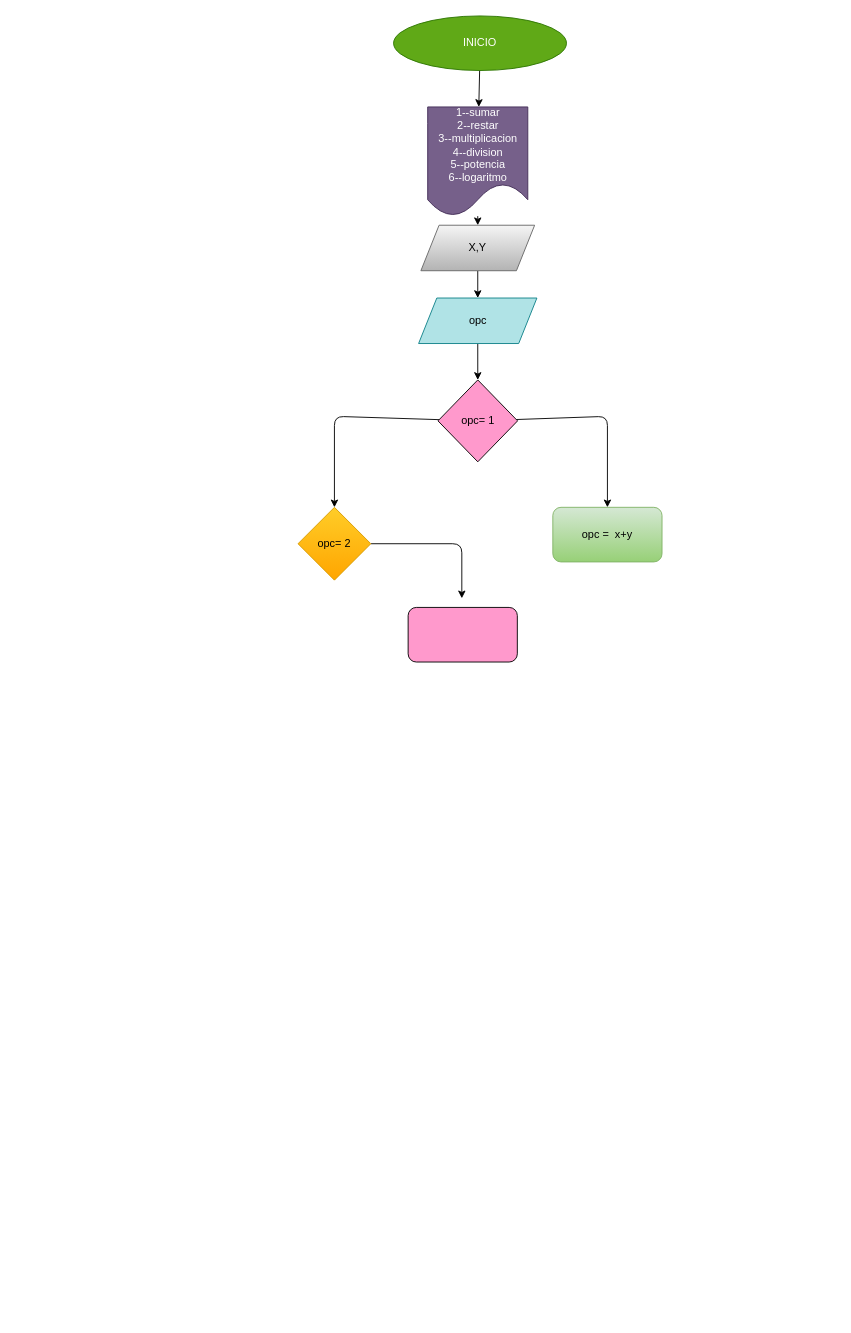
Earlier version of the draw.io diagram diageama.drawio (Eyersson/Minicalculadora-Guanentina). Source tidied: cells renumbered, new cells numbered last; positions are measured from the earlier drawing's top-left corner, leaving out a move shared by most shapes. Both pictures are drawn from the tidied source at 91%, with x=0, y=0 at pixel (298, 15).
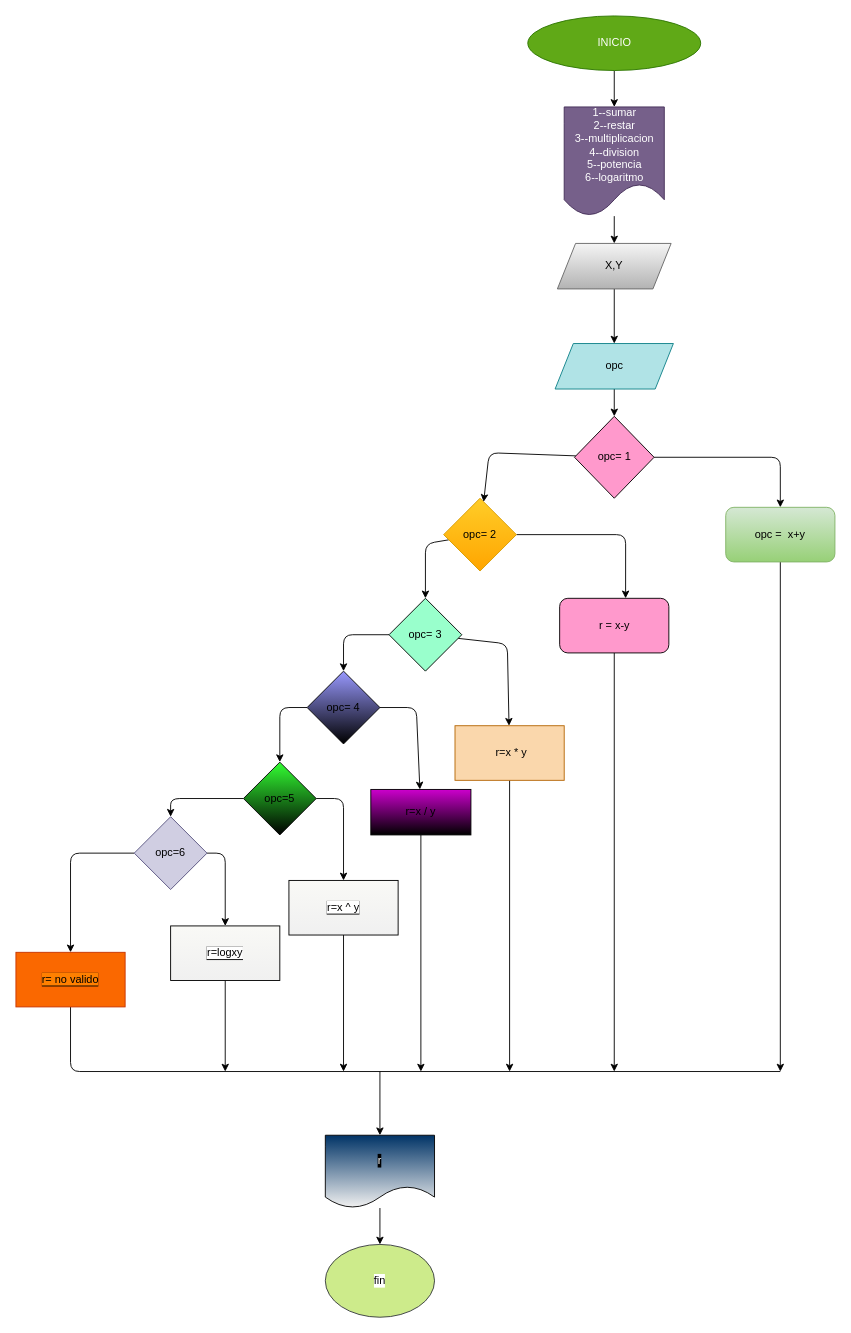
After the change.

The edit, as a diff of the source:
```diff
@@
     <mxCell id="3" value="INICIO" style="ellipse;whiteSpace=wrap;html=1;fillColor=#60a917;fontColor=#ffffff;strokeColor=#2D7600;" parent="1" vertex="1">
-      <mxGeometry x="105" width="190" height="60" as="geometry" />
+      <mxGeometry x="252.5" width="190" height="60" as="geometry" />
     </mxCell>
@@
     <mxCell id="5" value="1--sumar&lt;br&gt;2--restar&lt;br&gt;3--multiplicacion&lt;br&gt;4--division&lt;br&gt;5--potencia&lt;br&gt;6--logaritmo" style="shape=document;whiteSpace=wrap;html=1;boundedLbl=1;fillColor=#76608a;fontColor=#ffffff;strokeColor=#432D57;" parent="1" vertex="1">
-      <mxGeometry x="142.5" y="100" width="110" height="120" as="geometry" />
+      <mxGeometry x="292.5" y="100" width="110" height="120" as="geometry" />
     </mxCell>
@@
     <mxCell id="7" value="&lt;font color=&quot;#000000&quot;&gt;X,Y&lt;/font&gt;" style="shape=parallelogram;perimeter=parallelogramPerimeter;whiteSpace=wrap;html=1;fixedSize=1;fillColor=#f5f5f5;strokeColor=#666666;gradientColor=#b3b3b3;" parent="1" vertex="1">
-      <mxGeometry x="135" y="230" width="125" height="50" as="geometry" />
+      <mxGeometry x="285" y="250" width="125" height="50" as="geometry" />
     </mxCell>
@@
     <mxCell id="9" value="&lt;font color=&quot;#000000&quot;&gt;opc&lt;/font&gt;" style="shape=parallelogram;perimeter=parallelogramPerimeter;whiteSpace=wrap;html=1;fixedSize=1;fillColor=#b0e3e6;strokeColor=#0e8088;" parent="1" vertex="1">
-      <mxGeometry x="132.5" y="310" width="130" height="50" as="geometry" />
+      <mxGeometry x="282.5" y="360" width="130" height="50" as="geometry" />
     </mxCell>
     <mxCell id="10" style="edgeStyle=none;html=1;fontColor=#000000;" parent="1" edge="1" source="12" target="15">
       <mxGeometry relative="1" as="geometry">
         <Array as="points">
-          <mxPoint x="40" y="440" />
+          <mxPoint x="210" y="480" />
         </Array>
       </mxGeometry>
     </mxCell>
     <mxCell id="11" style="edgeStyle=none;html=1;fontColor=#000000;entryX=0.5;entryY=0;entryDx=0;entryDy=0;" parent="1" edge="1" source="12" target="13">
       <mxGeometry relative="1" as="geometry">
         <Array as="points">
-          <mxPoint x="340" y="440" />
+          <mxPoint x="530" y="485" />
         </Array>
       </mxGeometry>
     </mxCell>
     <mxCell id="12" value="opc= 1" style="rhombus;whiteSpace=wrap;html=1;fontColor=#000000;fillColor=#FF99CC;" parent="1" vertex="1">
-      <mxGeometry x="153.8" y="400" width="87.5" height="90" as="geometry" />
+      <mxGeometry x="303.8" y="440" width="87.5" height="90" as="geometry" />
     </mxCell>
+    <mxCell id="17" style="edgeStyle=none;html=1;fontColor=#000000;endArrow=classic;endFill=1;" parent="1" edge="1" source="13">
+      <mxGeometry relative="1" as="geometry">
+        <mxPoint x="530" y="1160" as="targetPoint" />
+      </mxGeometry>
+    </mxCell>
     <mxCell id="13" value="&lt;font color=&quot;#000000&quot;&gt;opc =&amp;nbsp; x+y&lt;/font&gt;" style="rounded=1;whiteSpace=wrap;html=1;fillColor=#d5e8d4;gradientColor=#97d077;strokeColor=#82b366;" parent="1" vertex="1">
-      <mxGeometry x="280" y="540" width="120" height="60" as="geometry" />
+      <mxGeometry x="470" y="540" width="120" height="60" as="geometry" />
     </mxCell>
-    <mxCell id="14" style="edgeStyle=none;html=1;fontColor=#000000;" parent="1" edge="1" source="15">
-      <mxGeometry relative="1" as="geometry">
-        <mxPoint x="180" y="640" as="targetPoint" />
-        <Array as="points">
-          <mxPoint x="180" y="580" />
-        </Array>
-      </mxGeometry>
-    </mxCell>
+    <mxCell id="18" style="edgeStyle=none;html=1;entryX=0.604;entryY=0;entryDx=0;entryDy=0;entryPerimeter=0;" parent="1" edge="1" source="15" target="16">
+      <mxGeometry relative="1" as="geometry">
+        <Array as="points">
+          <mxPoint x="360" y="570" />
+        </Array>
+      </mxGeometry>
+    </mxCell>
+    <mxCell id="19" style="edgeStyle=none;html=1;entryX=0.5;entryY=0;entryDx=0;entryDy=0;" parent="1" edge="1" source="15" target="23">
+      <mxGeometry relative="1" as="geometry">
+        <Array as="points">
+          <mxPoint x="140" y="580" />
+        </Array>
+      </mxGeometry>
+    </mxCell>
     <mxCell id="15" value="&lt;font color=&quot;#000000&quot;&gt;opc= 2&lt;/font&gt;" style="rhombus;whiteSpace=wrap;html=1;fillColor=#ffcd28;gradientColor=#ffa500;strokeColor=#d79b00;" parent="1" vertex="1">
-      <mxGeometry y="540" width="80" height="80" as="geometry" />
+      <mxGeometry x="160" y="530" width="80" height="80" as="geometry" />
     </mxCell>
+    <mxCell id="20" style="edgeStyle=none;html=1;fontColor=#FFFFFF;" parent="1" edge="1" source="16">
+      <mxGeometry relative="1" as="geometry">
+        <mxPoint x="347.5" y="1160" as="targetPoint" />
+      </mxGeometry>
+    </mxCell>
-    <mxCell id="16" style="rounded=1;whiteSpace=wrap;html=1;fontColor=#000000;fillColor=#FF99CC;" parent="1" vertex="1">
-      <mxGeometry x="121" y="650" width="120" height="60" as="geometry" />
+    <mxCell id="16" value="r = x-y" style="rounded=1;whiteSpace=wrap;html=1;fontColor=#000000;fillColor=#FF99CC;" parent="1" vertex="1">
+      <mxGeometry x="287.5" y="640" width="120" height="60" as="geometry" />
     </mxCell>
+    <mxCell id="21" style="edgeStyle=none;html=1;" parent="1" edge="1" source="23" target="25">
+      <mxGeometry relative="1" as="geometry">
+        <Array as="points">
+          <mxPoint x="230" y="690" />
+        </Array>
+      </mxGeometry>
+    </mxCell>
+    <mxCell id="22" style="edgeStyle=none;html=1;fontColor=#000000;" parent="1" edge="1" source="23" target="28">
+      <mxGeometry relative="1" as="geometry">
+        <Array as="points">
+          <mxPoint x="50" y="680" />
+        </Array>
+      </mxGeometry>
+    </mxCell>
+    <mxCell id="23" value="&lt;font color=&quot;#000000&quot;&gt;opc= 3&lt;/font&gt;" style="rhombus;whiteSpace=wrap;html=1;fillColor=#99FFCC;" parent="1" vertex="1">
+      <mxGeometry x="100" y="640" width="80" height="80" as="geometry" />
+    </mxCell>
+    <mxCell id="24" style="edgeStyle=none;html=1;fontColor=#FFFFFF;" parent="1" edge="1" source="25">
+      <mxGeometry relative="1" as="geometry">
+        <mxPoint x="232.5" y="1160" as="targetPoint" />
+      </mxGeometry>
+    </mxCell>
+    <mxCell id="25" value="&lt;font color=&quot;#000000&quot;&gt;&amp;nbsp;r=x * y&lt;/font&gt;" style="rounded=0;whiteSpace=wrap;html=1;fillColor=#fad7ac;strokeColor=#b46504;" parent="1" vertex="1">
+      <mxGeometry x="172.5" y="780" width="120" height="60" as="geometry" />
+    </mxCell>
+    <mxCell id="26" style="edgeStyle=none;html=1;fontColor=#FFFFFF;" parent="1" edge="1" source="28" target="30">
+      <mxGeometry relative="1" as="geometry">
+        <Array as="points">
+          <mxPoint x="130" y="760" />
+        </Array>
+      </mxGeometry>
+    </mxCell>
+    <mxCell id="27" style="edgeStyle=none;html=1;fontColor=#000000;entryX=0.5;entryY=0;entryDx=0;entryDy=0;" parent="1" edge="1" source="28" target="33">
+      <mxGeometry relative="1" as="geometry">
+        <Array as="points">
+          <mxPoint x="-20" y="760" />
+        </Array>
+      </mxGeometry>
+    </mxCell>
+    <mxCell id="28" value="opc= 4" style="rhombus;whiteSpace=wrap;html=1;fontColor=#000000;gradientColor=default;fillColor=#9999FF;" parent="1" vertex="1">
+      <mxGeometry x="10" y="720" width="80" height="80" as="geometry" />
+    </mxCell>
+    <mxCell id="29" style="edgeStyle=none;html=1;fontColor=#FFFFFF;" parent="1" edge="1" source="30">
+      <mxGeometry relative="1" as="geometry">
+        <mxPoint x="135" y="1160" as="targetPoint" />
+      </mxGeometry>
+    </mxCell>
+    <mxCell id="30" value="&lt;font color=&quot;#000000&quot;&gt;r=x / y&lt;/font&gt;" style="rounded=0;whiteSpace=wrap;html=1;fontColor=#FFFFFF;fillColor=#CC00CC;gradientColor=default;" parent="1" vertex="1">
+      <mxGeometry x="80" y="850" width="110" height="50" as="geometry" />
+    </mxCell>
+    <mxCell id="31" style="edgeStyle=none;html=1;fontColor=#000000;" parent="1" edge="1" source="33" target="38">
+      <mxGeometry relative="1" as="geometry">
+        <Array as="points">
+          <mxPoint x="50" y="860" />
+        </Array>
+      </mxGeometry>
+    </mxCell>
+    <mxCell id="32" style="edgeStyle=none;html=1;fontColor=#000000;entryX=0.5;entryY=0;entryDx=0;entryDy=0;" parent="1" edge="1" source="33" target="36">
+      <mxGeometry relative="1" as="geometry">
+        <Array as="points">
+          <mxPoint x="-140" y="860" />
+        </Array>
+      </mxGeometry>
+    </mxCell>
+    <mxCell id="33" value="opc=5" style="rhombus;whiteSpace=wrap;html=1;fontColor=#000000;fillColor=#33FF33;gradientColor=default;" parent="1" vertex="1">
+      <mxGeometry x="-60" y="820" width="80" height="80" as="geometry" />
+    </mxCell>
+    <mxCell id="34" style="edgeStyle=none;html=1;fontColor=#000000;" parent="1" edge="1" source="36" target="40">
+      <mxGeometry relative="1" as="geometry">
+        <Array as="points">
+          <mxPoint x="-80" y="920" />
+        </Array>
+      </mxGeometry>
+    </mxCell>
+    <mxCell id="35" style="edgeStyle=none;html=1;fontColor=#FFFFFF;" parent="1" edge="1" source="36" target="42">
+      <mxGeometry relative="1" as="geometry">
+        <Array as="points">
+          <mxPoint x="-250" y="920" />
+        </Array>
+      </mxGeometry>
+    </mxCell>
+    <mxCell id="36" value="&lt;font color=&quot;#000000&quot;&gt;opc=6&lt;/font&gt;" style="rhombus;whiteSpace=wrap;html=1;fillColor=#d0cee2;strokeColor=#56517e;" parent="1" vertex="1">
+      <mxGeometry x="-180" y="880" width="80" height="80" as="geometry" />
+    </mxCell>
+    <mxCell id="37" style="edgeStyle=none;html=1;fontColor=#FFFFFF;" parent="1" edge="1" source="38">
+      <mxGeometry relative="1" as="geometry">
+        <mxPoint x="50" y="1160" as="targetPoint" />
+      </mxGeometry>
+    </mxCell>
+    <mxCell id="38" value="&lt;span style=&quot;background-color: rgb(255, 255, 255);&quot;&gt;r=x ^ y&lt;/span&gt;" style="rounded=0;whiteSpace=wrap;html=1;labelBackgroundColor=#000000;fontColor=#000000;fillColor=#f9f9f6;gradientColor=#F0F0F0;align=center;" parent="1" vertex="1">
+      <mxGeometry x="-10" y="950" width="120" height="60" as="geometry" />
+    </mxCell>
+    <mxCell id="39" style="edgeStyle=none;html=1;fontColor=#FFFFFF;" parent="1" edge="1" source="40">
+      <mxGeometry relative="1" as="geometry">
+        <mxPoint x="-80" y="1160" as="targetPoint" />
+      </mxGeometry>
+    </mxCell>
+    <mxCell id="40" value="&lt;span style=&quot;background-color: rgb(255, 255, 255);&quot;&gt;r=logxy&lt;/span&gt;" style="rounded=0;whiteSpace=wrap;html=1;labelBackgroundColor=#000000;fontColor=#000000;fillColor=#f9f9f6;gradientColor=#F0F0F0;align=center;" parent="1" vertex="1">
+      <mxGeometry x="-140" y="1000" width="120" height="60" as="geometry" />
+    </mxCell>
+    <mxCell id="41" style="edgeStyle=none;html=1;fontColor=#FFFFFF;exitX=0.5;exitY=1;exitDx=0;exitDy=0;endArrow=none;endFill=0;" parent="1" edge="1" source="42">
+      <mxGeometry relative="1" as="geometry">
+        <mxPoint x="530" y="1160" as="targetPoint" />
+        <Array as="points">
+          <mxPoint x="-250" y="1160" />
+        </Array>
+      </mxGeometry>
+    </mxCell>
+    <mxCell id="42" value="&lt;span style=&quot;background-color: rgb(255, 128, 0);&quot;&gt;r= no valido&lt;/span&gt;" style="rounded=0;whiteSpace=wrap;html=1;labelBackgroundColor=#000000;fontColor=#000000;fillColor=#fa6800;align=center;strokeColor=#C73500;" parent="1" vertex="1">
+      <mxGeometry x="-310" y="1029" width="120" height="60" as="geometry" />
+    </mxCell>
+    <mxCell id="43" style="edgeStyle=none;html=1;fontColor=#FFFFFF;endArrow=classic;endFill=1;entryX=0.5;entryY=0;entryDx=0;entryDy=0;" parent="1" edge="1" target="45">
+      <mxGeometry relative="1" as="geometry">
+        <mxPoint x="90" y="1160" as="sourcePoint" />
+      </mxGeometry>
+    </mxCell>
+    <mxCell id="44" style="edgeStyle=none;html=1;fontColor=#000000;endArrow=classic;endFill=1;" parent="1" edge="1" source="45" target="46">
+      <mxGeometry relative="1" as="geometry" />
+    </mxCell>
+    <mxCell id="45" value="&lt;font color=&quot;#ffffff&quot;&gt;r&lt;/font&gt;" style="shape=document;whiteSpace=wrap;html=1;boundedLbl=1;labelBackgroundColor=#000000;fontColor=#000000;fillColor=#003366;gradientColor=#F0F0F0;" parent="1" vertex="1">
+      <mxGeometry x="30" y="1230" width="120" height="80" as="geometry" />
+    </mxCell>
+    <mxCell id="46" value="&lt;font color=&quot;#000000&quot;&gt;fin&lt;/font&gt;" style="ellipse;whiteSpace=wrap;html=1;labelBackgroundColor=#FFFFFF;fillColor=#cdeb8b;strokeColor=#36393d;" parent="1" vertex="1">
+      <mxGeometry x="30" y="1350" width="120" height="80" as="geometry" />
+    </mxCell>
```
